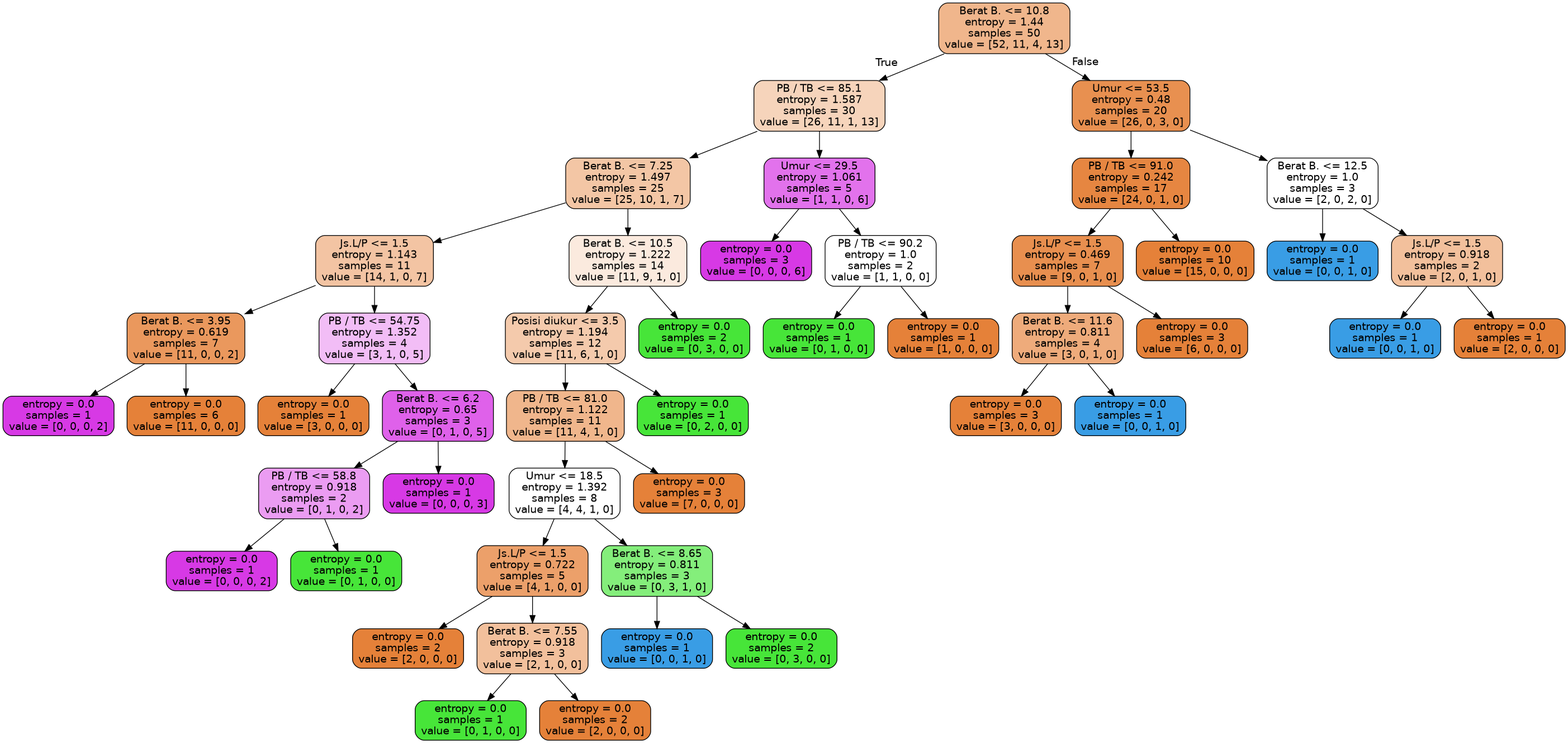
This is tree.png from JohanKesuma/AlatUjiRandomForest, a Graphviz export, as it was before one commit. Its source is kept beside it as tree.dot.
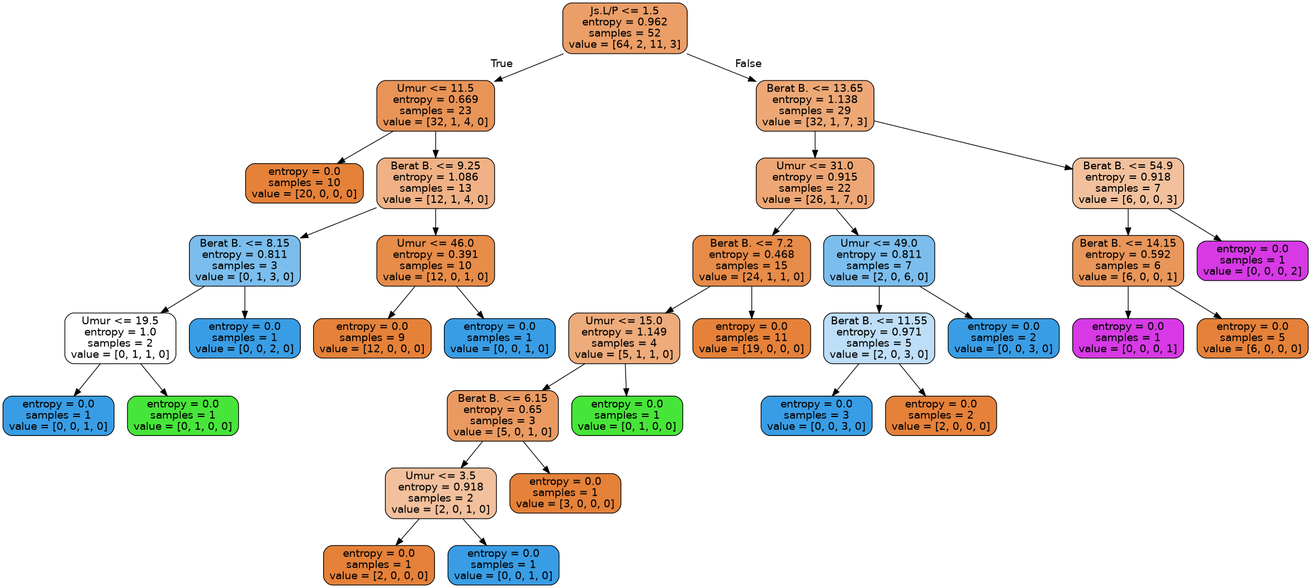
Later version of the same file.

Diff of the diagram source:
```diff
@@ -1,97 +1,69 @@
 digraph Tree {
 node [shape=box, style="filled, rounded", color="black", fontname=helvetica] ;
 edge [fontname=helvetica] ;
-0 [label="Berat B. <= 10.8\nentropy = 1.44\nsamples = 50\nvalue = [52, 11, 4, 13]", fillcolor="#f0b68c"] ;
-1 [label="PB / TB <= 85.1\nentropy = 1.587\nsamples = 30\nvalue = [26, 11, 1, 13]", fillcolor="#f6d4bb"] ;
+0 [label="Js.L/P <= 1.5\nentropy = 0.962\nsamples = 52\nvalue = [64, 2, 11, 3]", fillcolor="#eb9e67"] ;
+1 [label="Umur <= 11.5\nentropy = 0.669\nsamples = 23\nvalue = [32, 1, 4, 0]", fillcolor="#e99457"] ;
 0 -> 1 [labeldistance=2.5, labelangle=45, headlabel="True"] ;
-2 [label="Berat B. <= 7.25\nentropy = 1.497\nsamples = 25\nvalue = [25, 10, 1, 7]", fillcolor="#f3c6a5"] ;
+2 [label="entropy = 0.0\nsamples = 10\nvalue = [20, 0, 0, 0]", fillcolor="#e58139"] ;
 1 -> 2 ;
-3 [label="Js.L/P <= 1.5\nentropy = 1.143\nsamples = 11\nvalue = [14, 1, 0, 7]", fillcolor="#f3c4a3"] ;
-2 -> 3 ;
-4 [label="Berat B. <= 3.95\nentropy = 0.619\nsamples = 7\nvalue = [11, 0, 0, 2]", fillcolor="#ea985d"] ;
+3 [label="Berat B. <= 9.25\nentropy = 1.086\nsamples = 13\nvalue = [12, 1, 4, 0]", fillcolor="#efb185"] ;
+1 -> 3 ;
+4 [label="Berat B. <= 8.15\nentropy = 0.811\nsamples = 3\nvalue = [0, 1, 3, 0]", fillcolor="#7bbeee"] ;
 3 -> 4 ;
-5 [label="entropy = 0.0\nsamples = 1\nvalue = [0, 0, 0, 2]", fillcolor="#d739e5"] ;
+5 [label="Umur <= 19.5\nentropy = 1.0\nsamples = 2\nvalue = [0, 1, 1, 0]", fillcolor="#ffffff"] ;
 4 -> 5 ;
-6 [label="entropy = 0.0\nsamples = 6\nvalue = [11, 0, 0, 0]", fillcolor="#e58139"] ;
-4 -> 6 ;
-7 [label="PB / TB <= 54.75\nentropy = 1.352\nsamples = 4\nvalue = [3, 1, 0, 5]", fillcolor="#f2bdf6"] ;
-3 -> 7 ;
-8 [label="entropy = 0.0\nsamples = 1\nvalue = [3, 0, 0, 0]", fillcolor="#e58139"] ;
-7 -> 8 ;
-9 [label="Berat B. <= 6.2\nentropy = 0.65\nsamples = 3\nvalue = [0, 1, 0, 5]", fillcolor="#df61ea"] ;
-7 -> 9 ;
-10 [label="PB / TB <= 58.8\nentropy = 0.918\nsamples = 2\nvalue = [0, 1, 0, 2]", fillcolor="#eb9cf2"] ;
+6 [label="entropy = 0.0\nsamples = 1\nvalue = [0, 0, 1, 0]", fillcolor="#399de5"] ;
+5 -> 6 ;
+7 [label="entropy = 0.0\nsamples = 1\nvalue = [0, 1, 0, 0]", fillcolor="#47e539"] ;
+5 -> 7 ;
+8 [label="entropy = 0.0\nsamples = 1\nvalue = [0, 0, 2, 0]", fillcolor="#399de5"] ;
+4 -> 8 ;
+9 [label="Umur <= 46.0\nentropy = 0.391\nsamples = 10\nvalue = [12, 0, 1, 0]", fillcolor="#e78c49"] ;
+3 -> 9 ;
+10 [label="entropy = 0.0\nsamples = 9\nvalue = [12, 0, 0, 0]", fillcolor="#e58139"] ;
 9 -> 10 ;
-11 [label="entropy = 0.0\nsamples = 1\nvalue = [0, 0, 0, 2]", fillcolor="#d739e5"] ;
-10 -> 11 ;
-12 [label="entropy = 0.0\nsamples = 1\nvalue = [0, 1, 0, 0]", fillcolor="#47e539"] ;
-10 -> 12 ;
-13 [label="entropy = 0.0\nsamples = 1\nvalue = [0, 0, 0, 3]", fillcolor="#d739e5"] ;
-9 -> 13 ;
-14 [label="Berat B. <= 10.5\nentropy = 1.222\nsamples = 14\nvalue = [11, 9, 1, 0]", fillcolor="#fbeade"] ;
-2 -> 14 ;
-15 [label="Posisi diukur <= 3.5\nentropy = 1.194\nsamples = 12\nvalue = [11, 6, 1, 0]", fillcolor="#f4caac"] ;
+11 [label="entropy = 0.0\nsamples = 1\nvalue = [0, 0, 1, 0]", fillcolor="#399de5"] ;
+9 -> 11 ;
+12 [label="Berat B. <= 13.65\nentropy = 1.138\nsamples = 29\nvalue = [32, 1, 7, 3]", fillcolor="#eda876"] ;
+0 -> 12 [labeldistance=2.5, labelangle=-45, headlabel="False"] ;
+13 [label="Umur <= 31.0\nentropy = 0.915\nsamples = 22\nvalue = [26, 1, 7, 0]", fillcolor="#eda674"] ;
+12 -> 13 ;
+14 [label="Berat B. <= 7.2\nentropy = 0.468\nsamples = 15\nvalue = [24, 1, 1, 0]", fillcolor="#e78b49"] ;
+13 -> 14 ;
+15 [label="Umur <= 15.0\nentropy = 1.149\nsamples = 4\nvalue = [5, 1, 1, 0]", fillcolor="#eeab7b"] ;
 14 -> 15 ;
-16 [label="PB / TB <= 81.0\nentropy = 1.122\nsamples = 11\nvalue = [11, 4, 1, 0]", fillcolor="#f0b68c"] ;
+16 [label="Berat B. <= 6.15\nentropy = 0.65\nsamples = 3\nvalue = [5, 0, 1, 0]", fillcolor="#ea9a61"] ;
 15 -> 16 ;
-17 [label="Umur <= 18.5\nentropy = 1.392\nsamples = 8\nvalue = [4, 4, 1, 0]", fillcolor="#ffffff"] ;
+17 [label="Umur <= 3.5\nentropy = 0.918\nsamples = 2\nvalue = [2, 0, 1, 0]", fillcolor="#f2c09c"] ;
 16 -> 17 ;
-18 [label="Js.L/P <= 1.5\nentropy = 0.722\nsamples = 5\nvalue = [4, 1, 0, 0]", fillcolor="#eca06a"] ;
+18 [label="entropy = 0.0\nsamples = 1\nvalue = [2, 0, 0, 0]", fillcolor="#e58139"] ;
 17 -> 18 ;
-19 [label="entropy = 0.0\nsamples = 2\nvalue = [2, 0, 0, 0]", fillcolor="#e58139"] ;
-18 -> 19 ;
-20 [label="Berat B. <= 7.55\nentropy = 0.918\nsamples = 3\nvalue = [2, 1, 0, 0]", fillcolor="#f2c09c"] ;
-18 -> 20 ;
+19 [label="entropy = 0.0\nsamples = 1\nvalue = [0, 0, 1, 0]", fillcolor="#399de5"] ;
+17 -> 19 ;
+20 [label="entropy = 0.0\nsamples = 1\nvalue = [3, 0, 0, 0]", fillcolor="#e58139"] ;
+16 -> 20 ;
 21 [label="entropy = 0.0\nsamples = 1\nvalue = [0, 1, 0, 0]", fillcolor="#47e539"] ;
-20 -> 21 ;
-22 [label="entropy = 0.0\nsamples = 2\nvalue = [2, 0, 0, 0]", fillcolor="#e58139"] ;
-20 -> 22 ;
-23 [label="Berat B. <= 8.65\nentropy = 0.811\nsamples = 3\nvalue = [0, 3, 1, 0]", fillcolor="#84ee7b"] ;
-17 -> 23 ;
-24 [label="entropy = 0.0\nsamples = 1\nvalue = [0, 0, 1, 0]", fillcolor="#399de5"] ;
+15 -> 21 ;
+22 [label="entropy = 0.0\nsamples = 11\nvalue = [19, 0, 0, 0]", fillcolor="#e58139"] ;
+14 -> 22 ;
+23 [label="Umur <= 49.0\nentropy = 0.811\nsamples = 7\nvalue = [2, 0, 6, 0]", fillcolor="#7bbeee"] ;
+13 -> 23 ;
+24 [label="Berat B. <= 11.55\nentropy = 0.971\nsamples = 5\nvalue = [2, 0, 3, 0]", fillcolor="#bddef6"] ;
 23 -> 24 ;
-25 [label="entropy = 0.0\nsamples = 2\nvalue = [0, 3, 0, 0]", fillcolor="#47e539"] ;
-23 -> 25 ;
-26 [label="entropy = 0.0\nsamples = 3\nvalue = [7, 0, 0, 0]", fillcolor="#e58139"] ;
-16 -> 26 ;
-27 [label="entropy = 0.0\nsamples = 1\nvalue = [0, 2, 0, 0]", fillcolor="#47e539"] ;
-15 -> 27 ;
-28 [label="entropy = 0.0\nsamples = 2\nvalue = [0, 3, 0, 0]", fillcolor="#47e539"] ;
-14 -> 28 ;
-29 [label="Umur <= 29.5\nentropy = 1.061\nsamples = 5\nvalue = [1, 1, 0, 6]", fillcolor="#e272ec"] ;
-1 -> 29 ;
-30 [label="entropy = 0.0\nsamples = 3\nvalue = [0, 0, 0, 6]", fillcolor="#d739e5"] ;
+25 [label="entropy = 0.0\nsamples = 3\nvalue = [0, 0, 3, 0]", fillcolor="#399de5"] ;
+24 -> 25 ;
+26 [label="entropy = 0.0\nsamples = 2\nvalue = [2, 0, 0, 0]", fillcolor="#e58139"] ;
+24 -> 26 ;
+27 [label="entropy = 0.0\nsamples = 2\nvalue = [0, 0, 3, 0]", fillcolor="#399de5"] ;
+23 -> 27 ;
+28 [label="Berat B. <= 54.9\nentropy = 0.918\nsamples = 7\nvalue = [6, 0, 0, 3]", fillcolor="#f2c09c"] ;
+12 -> 28 ;
+29 [label="Berat B. <= 14.15\nentropy = 0.592\nsamples = 6\nvalue = [6, 0, 0, 1]", fillcolor="#e9965a"] ;
+28 -> 29 ;
+30 [label="entropy = 0.0\nsamples = 1\nvalue = [0, 0, 0, 1]", fillcolor="#d739e5"] ;
 29 -> 30 ;
-31 [label="PB / TB <= 90.2\nentropy = 1.0\nsamples = 2\nvalue = [1, 1, 0, 0]", fillcolor="#ffffff"] ;
+31 [label="entropy = 0.0\nsamples = 5\nvalue = [6, 0, 0, 0]", fillcolor="#e58139"] ;
 29 -> 31 ;
-32 [label="entropy = 0.0\nsamples = 1\nvalue = [0, 1, 0, 0]", fillcolor="#47e539"] ;
-31 -> 32 ;
-33 [label="entropy = 0.0\nsamples = 1\nvalue = [1, 0, 0, 0]", fillcolor="#e58139"] ;
-31 -> 33 ;
-34 [label="Umur <= 53.5\nentropy = 0.48\nsamples = 20\nvalue = [26, 0, 3, 0]", fillcolor="#e89050"] ;
-0 -> 34 [labeldistance=2.5, labelangle=-45, headlabel="False"] ;
-35 [label="PB / TB <= 91.0\nentropy = 0.242\nsamples = 17\nvalue = [24, 0, 1, 0]", fillcolor="#e68641"] ;
-34 -> 35 ;
-36 [label="Js.L/P <= 1.5\nentropy = 0.469\nsamples = 7\nvalue = [9, 0, 1, 0]", fillcolor="#e88f4f"] ;
-35 -> 36 ;
-37 [label="Berat B. <= 11.6\nentropy = 0.811\nsamples = 4\nvalue = [3, 0, 1, 0]", fillcolor="#eeab7b"] ;
-36 -> 37 ;
-38 [label="entropy = 0.0\nsamples = 3\nvalue = [3, 0, 0, 0]", fillcolor="#e58139"] ;
-37 -> 38 ;
-39 [label="entropy = 0.0\nsamples = 1\nvalue = [0, 0, 1, 0]", fillcolor="#399de5"] ;
-37 -> 39 ;
-40 [label="entropy = 0.0\nsamples = 3\nvalue = [6, 0, 0, 0]", fillcolor="#e58139"] ;
-36 -> 40 ;
-41 [label="entropy = 0.0\nsamples = 10\nvalue = [15, 0, 0, 0]", fillcolor="#e58139"] ;
-35 -> 41 ;
-42 [label="Berat B. <= 12.5\nentropy = 1.0\nsamples = 3\nvalue = [2, 0, 2, 0]", fillcolor="#ffffff"] ;
-34 -> 42 ;
-43 [label="entropy = 0.0\nsamples = 1\nvalue = [0, 0, 1, 0]", fillcolor="#399de5"] ;
-42 -> 43 ;
-44 [label="Js.L/P <= 1.5\nentropy = 0.918\nsamples = 2\nvalue = [2, 0, 1, 0]", fillcolor="#f2c09c"] ;
-42 -> 44 ;
-45 [label="entropy = 0.0\nsamples = 1\nvalue = [0, 0, 1, 0]", fillcolor="#399de5"] ;
-44 -> 45 ;
-46 [label="entropy = 0.0\nsamples = 1\nvalue = [2, 0, 0, 0]", fillcolor="#e58139"] ;
-44 -> 46 ;
+32 [label="entropy = 0.0\nsamples = 1\nvalue = [0, 0, 0, 2]", fillcolor="#d739e5"] ;
+28 -> 32 ;
 }
```
